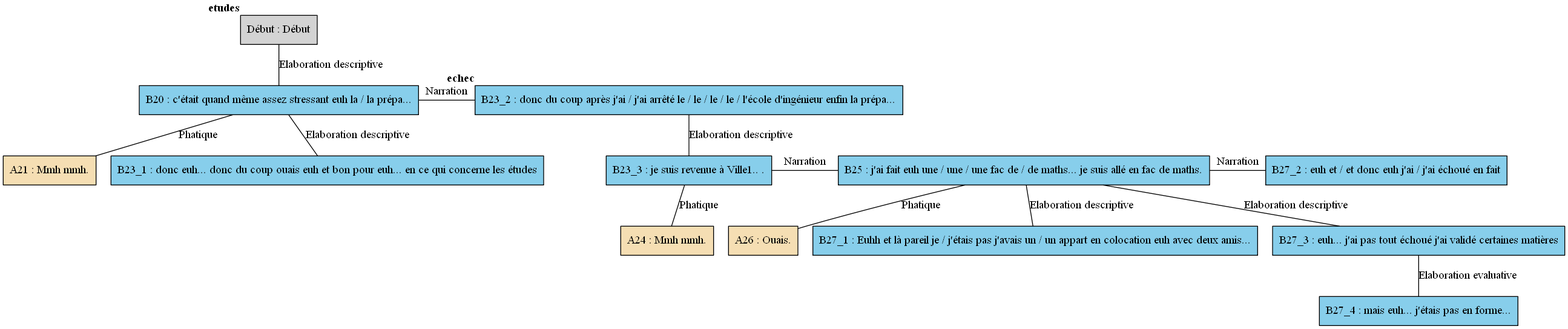
AlaixComet/AnnotationSlamPTut keeps this Graphviz diagram as arbres/Nord/Nord_-_C02.gv.png. Above is the earlier version. Its source is kept beside it as arbres/Nord/Nord_-_C02.gv.
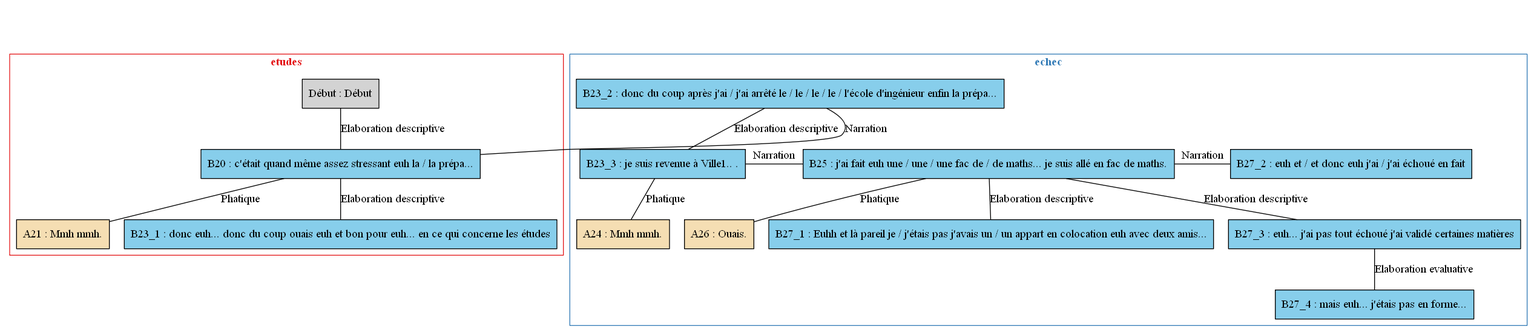
The same diagram one commit later.

Diff of the diagram source:
```diff
@@ -1,43 +1,59 @@
 digraph C02 {
 	node [shape=box style=filled]
-	"Début" [label="Début : Début" xlabel=<<B>etudes</B>>]
-	B20 [label="B20 : c'était quand même assez stressant euh la / la prépa..." fillcolor=skyblue xlabel=""]
-	A21 [label="A21 : Mmh mmh." fillcolor=wheat xlabel=""]
-	B23_1 [label="B23_1 : donc euh... donc du coup ouais euh et bon pour euh... en ce qui concerne les études" fillcolor=skyblue xlabel=""]
-	B23_2 [label="B23_2 : donc du coup après j'ai / j'ai arrêté le / le / le / le / l'école d'ingénieur enfin la prépa..." fillcolor=skyblue xlabel=<<B>echec</B>>]
-	B23_3 [label="B23_3 : je suis revenue à Ville1.. ." fillcolor=skyblue xlabel=""]
-	A24 [label="A24 : Mmh mmh." fillcolor=wheat xlabel=""]
-	B25 [label="B25 : j'ai fait euh une / une / une fac de / de maths... je suis allé en fac de maths." fillcolor=skyblue xlabel=""]
-	A26 [label="A26 : Ouais." fillcolor=wheat xlabel=""]
-	B27_1 [label="B27_1 : Euhh et là pareil je / j'étais pas j'avais un / un appart en colocation euh avec deux amis..." fillcolor=skyblue xlabel=""]
-	B27_2 [label="B27_2 : euh et / et donc euh j'ai / j'ai échoué en fait" fillcolor=skyblue xlabel=""]
-	B27_3 [label="B27_3 : euh... j'ai pas tout échoué j'ai validé certaines matières" fillcolor=skyblue xlabel=""]
-	B27_4 [label="B27_4 : mais euh... j'étais pas en forme..." fillcolor=skyblue xlabel=""]
-	"Début" -> B20 [label="Elaboration descriptive" dir=none]
-	B20 -> A21 [label=Phatique dir=none]
-	B20 -> B23_1 [label="Elaboration descriptive" dir=none]
-	{
-		rank=same
+	newrank=true
+	zero [style=invis]
+	"Début" [label="Début : Début"]
+	B20 [label="B20 : c'était quand même assez stressant euh la / la prépa..." fillcolor=skyblue]
+	A21 [label="A21 : Mmh mmh." fillcolor=wheat]
+	B23_1 [label="B23_1 : donc euh... donc du coup ouais euh et bon pour euh... en ce qui concerne les études" fillcolor=skyblue]
+	B23_2 [label="B23_2 : donc du coup après j'ai / j'ai arrêté le / le / le / le / l'école d'ingénieur enfin la prépa..." fillcolor=skyblue]
+	B23_3 [label="B23_3 : je suis revenue à Ville1.. ." fillcolor=skyblue]
+	A24 [label="A24 : Mmh mmh." fillcolor=wheat]
+	B25 [label="B25 : j'ai fait euh une / une / une fac de / de maths... je suis allé en fac de maths." fillcolor=skyblue]
+	A26 [label="A26 : Ouais." fillcolor=wheat]
+	B27_1 [label="B27_1 : Euhh et là pareil je / j'étais pas j'avais un / un appart en colocation euh avec deux amis..." fillcolor=skyblue]
+	B27_2 [label="B27_2 : euh et / et donc euh j'ai / j'ai échoué en fait" fillcolor=skyblue]
+	B27_3 [label="B27_3 : euh... j'ai pas tout échoué j'ai validé certaines matières" fillcolor=skyblue]
+	B27_4 [label="B27_4 : mais euh... j'étais pas en forme..." fillcolor=skyblue]
+	zero -> "Début" [label="" style=invis]
+	"Début" -> B20 [label="Elaboration descriptive" dir=none weight=2]
+	B20 -> A21 [label=Phatique dir=none weight=2]
+	B20 -> B23_1 [label="Elaboration descriptive" dir=none weight=2]
+	zero -> B23_2 [style=invis weight=1]
+	B20 -> B23_2 [label=Narration constraint=false dir=none]
+	B23_2 -> B23_3 [label="Elaboration descriptive" dir=none weight=2]
+	B23_3 -> A24 [label=Phatique dir=none weight=2]
+	B23_2 -> B25 [style=invis weight=1]
+	B23_3 -> B25 [label=Narration constraint=false dir=none]
+	B25 -> B27_1 [label="Elaboration descriptive" dir=none weight=2]
+	B23_2 -> B27_2 [style=invis weight=1]
+	B25 -> B27_2 [label=Narration constraint=false dir=none]
+	B25 -> B27_3 [label="Elaboration descriptive" dir=none weight=2]
+	B25 -> A26 [label=Phatique dir=none weight=2]
+	B27_3 -> B27_4 [label="Elaboration evaluative" dir=none weight=2]
+	subgraph cluster_1 {
+		label=<<B>etudes</B>>
+		colorscheme=set19
+		color=1
+		fontcolor=1
+		"Début"
 		B20
+		A21
+		B23_1
+	}
+	subgraph cluster_2 {
+		label=<<B>echec</B>>
+		colorscheme=set19
+		color=2
+		fontcolor=2
 		B23_2
-		B20 -> B23_2 [label=Narration dir=none]
+		B23_3
+		A24
+		B25
+		A26
+		B27_1
+		B27_2
+		B27_3
+		B27_4
 	}
-	B23_2 -> B23_3 [label="Elaboration descriptive" dir=none]
-	B23_3 -> A24 [label=Phatique dir=none]
-	{
-		rank=same
-		B23_3
-		B25
-		B23_3 -> B25 [label=Narration dir=none]
-	}
-	B25 -> B27_1 [label="Elaboration descriptive" dir=none]
-	{
-		rank=same
-		B25
-		B27_2
-		B25 -> B27_2 [label=Narration dir=none]
-	}
-	B25 -> B27_3 [label="Elaboration descriptive" dir=none]
-	B25 -> A26 [label=Phatique dir=none]
-	B27_3 -> B27_4 [label="Elaboration evaluative" dir=none]
 }
```
